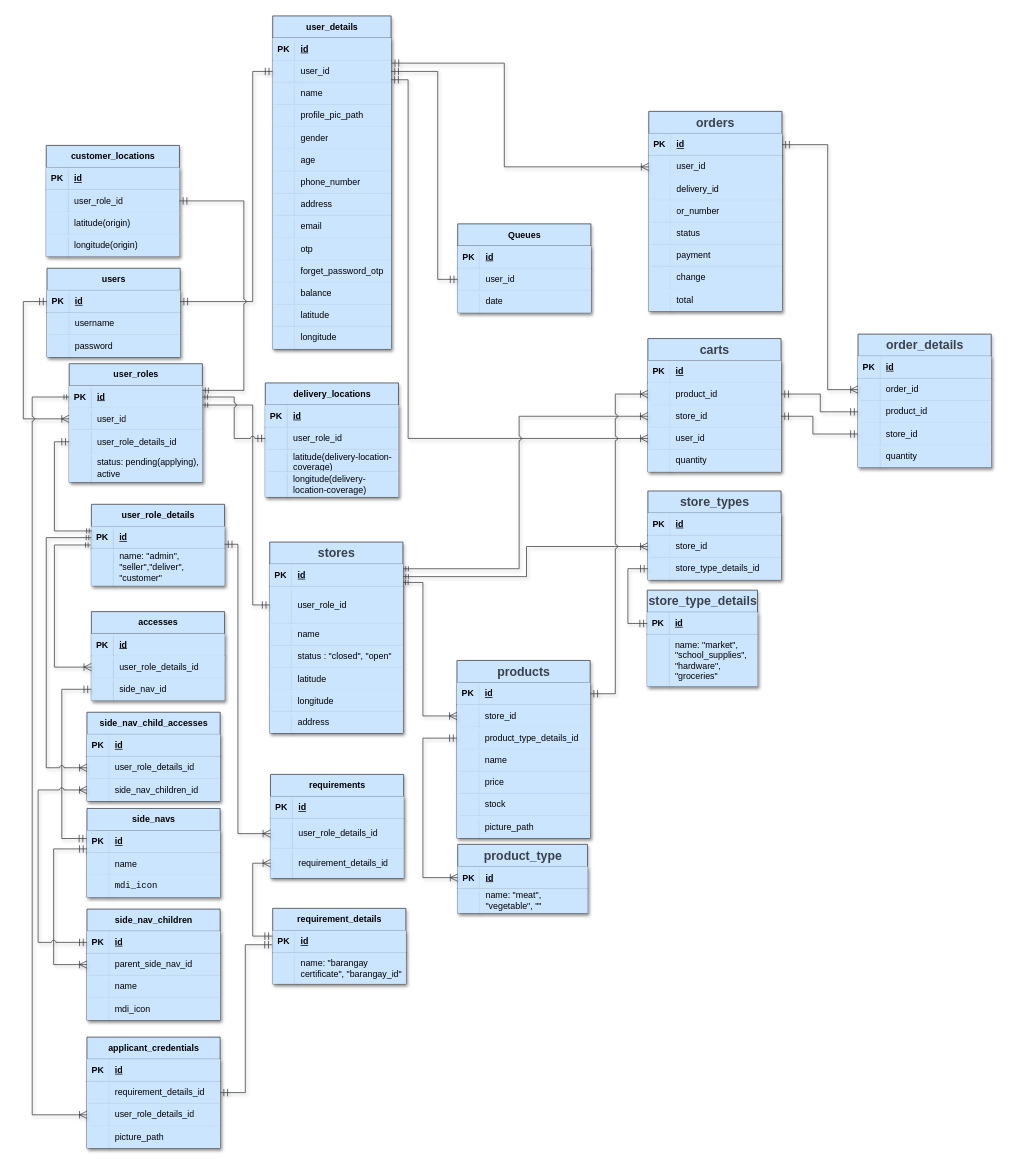
Above: documentation/e-palengke-erd.drawio in DanerisMendoza/e-palengke-back (draw.io), before the change. Source tidied: cells renumbered, new cells numbered last; positions are measured from the earlier drawing's top-left corner, leaving out a move shared by most shapes. Both pictures are drawn from the tidied source at 74%, with x=0, y=0 at pixel (23, 16).
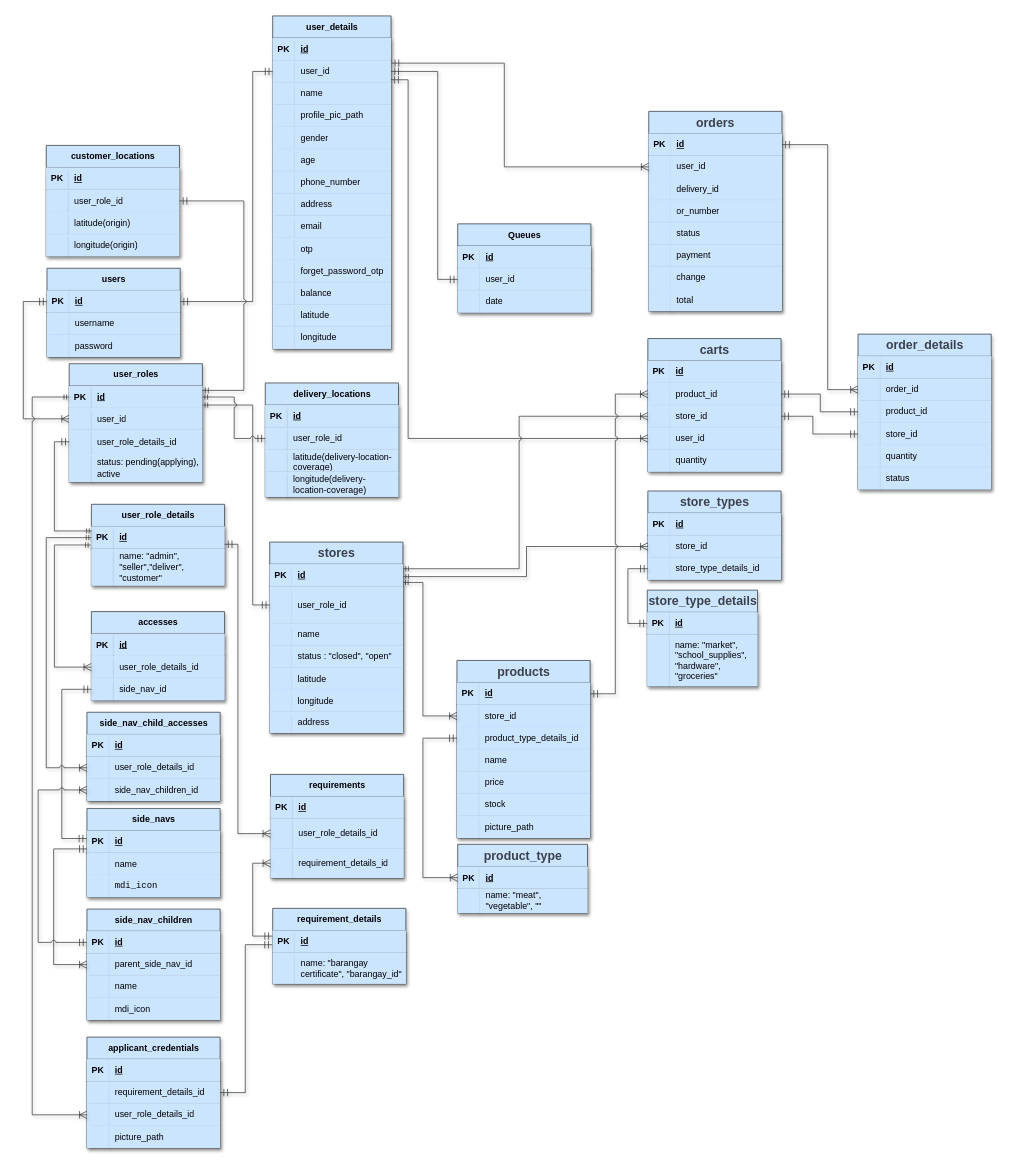
The same page after the edit.

The edit, as a diff of the source:
```diff
@@
     <mxCell id="240" value="&lt;font color=&quot;#3a414a&quot;&gt;&lt;span style=&quot;font-size: 16.6667px;&quot;&gt;order_details&lt;/span&gt;&lt;/font&gt;" style="shape=table;startSize=30;childLayout=tableLayout;rowLines=0;fontStyle=1;align=center;html=1;shadow=1;fillColor=#cce5ff;strokeColor=#36393d;" parent="1" vertex="1">
-      <mxGeometry x="1128" y="430" width="180" height="180" as="geometry" />
+      <mxGeometry x="1128" y="430" width="180" height="210" as="geometry" />
     </mxCell>
@@
+    <mxCell id="336" style="shape=tableRow;horizontal=0;startSize=0;swimlaneHead=0;swimlaneBody=0;fillColor=#cce5ff;top=0;left=0;right=0;bottom=0;shadow=1;strokeColor=#36393d;" parent="240" vertex="1">
+      <mxGeometry y="180" width="180" height="30" as="geometry" />
+    </mxCell>
+    <mxCell id="337" style="shape=partialRectangle;fillColor=#cce5ff;top=0;left=0;bottom=0;right=0;overflow=hidden;whiteSpace=wrap;html=1;shadow=1;strokeColor=#36393d;" parent="336" vertex="1">
+      <mxGeometry width="30" height="30" as="geometry" />
+    </mxCell>
+    <mxCell id="338" value="status" style="shape=partialRectangle;fillColor=#cce5ff;top=0;left=0;bottom=0;right=0;align=left;spacingLeft=6;overflow=hidden;whiteSpace=wrap;html=1;shadow=1;strokeColor=#36393d;" parent="336" vertex="1">
+      <mxGeometry x="30" width="150" height="30" as="geometry" />
+    </mxCell>
```
